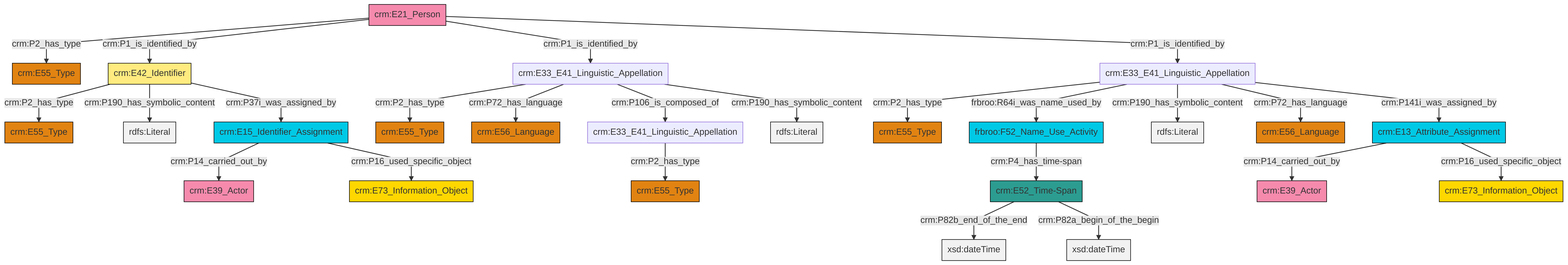
Above: et/personCSV/ttl/mmd/png/Person_Names_and_Classification.png in swiss-art-research-net/docs.swissartresearch (Mermaid), before the change. Its source is kept beside it as et/personCSV/ttl/mmd/Person_Names_and_Classification.ttl.mmd.
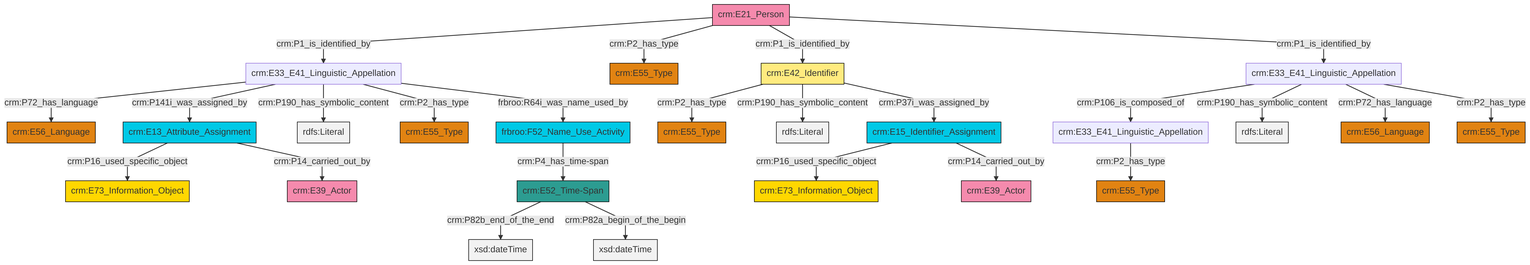
Above is the later version.

Diff of the diagram source:
```diff
@@ -13,27 +13,27 @@
 classDef PC_Classes fill:#4ce600, stroke:#000000;
 classDef Multi fill:#cccccc,stroke:#000000;
 
-0["crm:E33_E41_Linguistic_Appellation"]:::Default -->|crm:P2_has_type| 1["crm:E55_Type"]:::Type
-9["crm:E33_E41_Linguistic_Appellation"]:::Default -->|crm:P2_has_type| 7["crm:E55_Type"]:::Type
-10["crm:E42_Identifier"]:::Appellation -->|crm:P2_has_type| 11["crm:E55_Type"]:::Type
-9["crm:E33_E41_Linguistic_Appellation"]:::Default -->|frbroo:R64i_was_name_used_by| 15["frbroo:F52_Name_Use_Activity"]:::Temporal_Entity
-19["crm:E33_E41_Linguistic_Appellation"]:::Default -->|crm:P2_has_type| 20["crm:E55_Type"]:::Type
-15["frbroo:F52_Name_Use_Activity"]:::Temporal_Entity -->|crm:P4_has_time-span| 22["crm:E52_Time-Span"]:::Time-Span
-23["crm:E13_Attribute_Assignment"]:::Temporal_Entity -->|crm:P14_carried_out_by| 12["crm:E39_Actor"]:::Actor
-26["crm:E21_Person"]:::Actor -->|crm:P2_has_type| 27["crm:E55_Type"]:::Type
-10["crm:E42_Identifier"]:::Appellation -->|crm:P190_has_symbolic_content| 30[rdfs:Literal]:::Literal
-9["crm:E33_E41_Linguistic_Appellation"]:::Default -->|crm:P190_has_symbolic_content| 34[rdfs:Literal]:::Literal
-19["crm:E33_E41_Linguistic_Appellation"]:::Default -->|crm:P72_has_language| 31["crm:E56_Language"]:::Type
-16["crm:E15_Identifier_Assignment"]:::Temporal_Entity -->|crm:P14_carried_out_by| 24["crm:E39_Actor"]:::Actor
-26["crm:E21_Person"]:::Actor -->|crm:P1_is_identified_by| 10["crm:E42_Identifier"]:::Appellation
-23["crm:E13_Attribute_Assignment"]:::Temporal_Entity -->|crm:P16_used_specific_object| 37["crm:E73_Information_Object"]:::Conceptual_Object
-9["crm:E33_E41_Linguistic_Appellation"]:::Default -->|crm:P72_has_language| 4["crm:E56_Language"]:::Type
-10["crm:E42_Identifier"]:::Appellation -->|crm:P37i_was_assigned_by| 16["crm:E15_Identifier_Assignment"]:::Temporal_Entity
-16["crm:E15_Identifier_Assignment"]:::Temporal_Entity -->|crm:P16_used_specific_object| 2["crm:E73_Information_Object"]:::Conceptual_Object
-19["crm:E33_E41_Linguistic_Appellation"]:::Default -->|crm:P106_is_composed_of| 0["crm:E33_E41_Linguistic_Appellation"]:::Default
-22["crm:E52_Time-Span"]:::Time-Span -->|crm:P82b_end_of_the_end| 40[xsd:dateTime]:::Literal
-26["crm:E21_Person"]:::Actor -->|crm:P1_is_identified_by| 19["crm:E33_E41_Linguistic_Appellation"]:::Default
-19["crm:E33_E41_Linguistic_Appellation"]:::Default -->|crm:P190_has_symbolic_content| 41[rdfs:Literal]:::Literal
-22["crm:E52_Time-Span"]:::Time-Span -->|crm:P82a_begin_of_the_begin| 44[xsd:dateTime]:::Literal
-9["crm:E33_E41_Linguistic_Appellation"]:::Default -->|crm:P141i_was_assigned_by| 23["crm:E13_Attribute_Assignment"]:::Temporal_Entity
-26["crm:E21_Person"]:::Actor -->|crm:P1_is_identified_by| 9["crm:E33_E41_Linguistic_Appellation"]:::Default
+0["crm:E52_Time-Span"]:::Time-Span -->|crm:P82b_end_of_the_end| 1[xsd:dateTime]:::Literal
+8["crm:E21_Person"]:::Actor -->|crm:P1_is_identified_by| 9["crm:E33_E41_Linguistic_Appellation"]:::Default
+9["crm:E33_E41_Linguistic_Appellation"]:::Default -->|crm:P72_has_language| 15["crm:E56_Language"]:::Type
+10["crm:E15_Identifier_Assignment"]:::Temporal_Entity -->|crm:P16_used_specific_object| 16["crm:E73_Information_Object"]:::Conceptual_Object
+19["crm:E13_Attribute_Assignment"]:::Temporal_Entity -->|crm:P16_used_specific_object| 13["crm:E73_Information_Object"]:::Conceptual_Object
+20["crm:E33_E41_Linguistic_Appellation"]:::Default -->|crm:P106_is_composed_of| 4["crm:E33_E41_Linguistic_Appellation"]:::Default
+20["crm:E33_E41_Linguistic_Appellation"]:::Default -->|crm:P190_has_symbolic_content| 23[rdfs:Literal]:::Literal
+20["crm:E33_E41_Linguistic_Appellation"]:::Default -->|crm:P72_has_language| 24["crm:E56_Language"]:::Type
+10["crm:E15_Identifier_Assignment"]:::Temporal_Entity -->|crm:P14_carried_out_by| 27["crm:E39_Actor"]:::Actor
+19["crm:E13_Attribute_Assignment"]:::Temporal_Entity -->|crm:P14_carried_out_by| 25["crm:E39_Actor"]:::Actor
+9["crm:E33_E41_Linguistic_Appellation"]:::Default -->|crm:P141i_was_assigned_by| 19["crm:E13_Attribute_Assignment"]:::Temporal_Entity
+8["crm:E21_Person"]:::Actor -->|crm:P2_has_type| 35["crm:E55_Type"]:::Type
+32["crm:E42_Identifier"]:::Appellation -->|crm:P2_has_type| 2["crm:E55_Type"]:::Type
+8["crm:E21_Person"]:::Actor -->|crm:P1_is_identified_by| 32["crm:E42_Identifier"]:::Appellation
+32["crm:E42_Identifier"]:::Appellation -->|crm:P190_has_symbolic_content| 42[rdfs:Literal]:::Literal
+9["crm:E33_E41_Linguistic_Appellation"]:::Default -->|crm:P190_has_symbolic_content| 43[rdfs:Literal]:::Literal
+28["frbroo:F52_Name_Use_Activity"]:::Temporal_Entity -->|crm:P4_has_time-span| 0["crm:E52_Time-Span"]:::Time-Span
+32["crm:E42_Identifier"]:::Appellation -->|crm:P37i_was_assigned_by| 10["crm:E15_Identifier_Assignment"]:::Temporal_Entity
+8["crm:E21_Person"]:::Actor -->|crm:P1_is_identified_by| 20["crm:E33_E41_Linguistic_Appellation"]:::Default
+9["crm:E33_E41_Linguistic_Appellation"]:::Default -->|crm:P2_has_type| 37["crm:E55_Type"]:::Type
+0["crm:E52_Time-Span"]:::Time-Span -->|crm:P82a_begin_of_the_begin| 45[xsd:dateTime]:::Literal
+9["crm:E33_E41_Linguistic_Appellation"]:::Default -->|frbroo:R64i_was_name_used_by| 28["frbroo:F52_Name_Use_Activity"]:::Temporal_Entity
+20["crm:E33_E41_Linguistic_Appellation"]:::Default -->|crm:P2_has_type| 17["crm:E55_Type"]:::Type
+4["crm:E33_E41_Linguistic_Appellation"]:::Default -->|crm:P2_has_type| 6["crm:E55_Type"]:::Type
```
